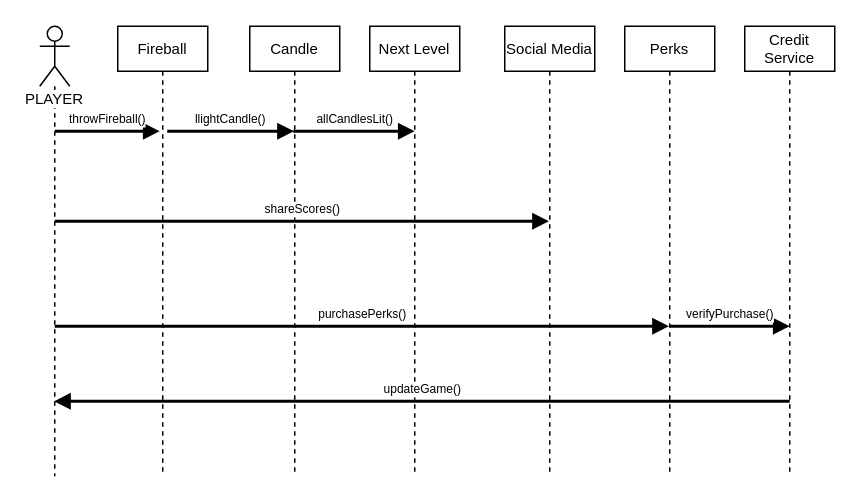
This is page "Design Model" (3 of 3) of FireballGameDiagrams.drawio from aulo/CISC210Draw, a draw.io file, before an edit. Source tidied: cells renumbered, new cells numbered last; positions are measured from the earlier drawing's top-left corner, leaving out a move shared by most shapes. Both pictures are drawn from the tidied source at 150%, with x=0, y=0 at pixel (39, 26).
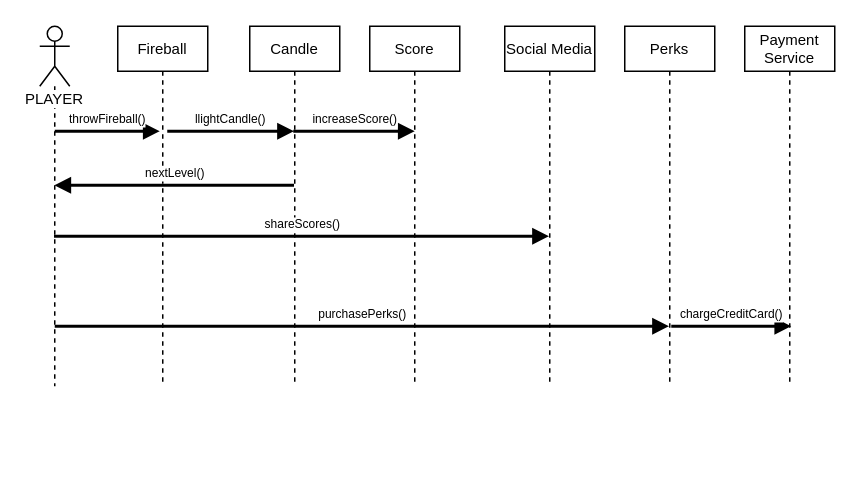
The same diagram, later.

What changed in the source:
```diff
@@
     <mxCell id="2" value="&lt;font style=&quot;font-size: 10px&quot;&gt;PLAYER&lt;/font&gt;" style="shape=umlLifeline;participant=umlActor;perimeter=lifelinePerimeter;whiteSpace=wrap;html=1;verticalAlign=top;spacingTop=36;labelBackgroundColor=#ffffff;outlineConnect=0;fontSize=8;align=center;" parent="1" vertex="1">
-      <mxGeometry width="20" height="300" as="geometry" />
+      <mxGeometry width="20" height="240" as="geometry" />
     </mxCell>
     <mxCell id="3" value="&lt;font style=&quot;font-size: 10px&quot;&gt;Fireball&lt;/font&gt;" style="shape=umlLifeline;perimeter=lifelinePerimeter;whiteSpace=wrap;html=1;fontSize=8;align=center;size=30;" parent="1" vertex="1">
-      <mxGeometry x="52" width="60" height="300" as="geometry" />
+      <mxGeometry x="52" width="60" height="240" as="geometry" />
     </mxCell>
     <mxCell id="4" value="&lt;font style=&quot;font-size: 10px&quot;&gt;Candle&lt;/font&gt;" style="shape=umlLifeline;perimeter=lifelinePerimeter;whiteSpace=wrap;html=1;outlineConnect=0;fontSize=8;align=center;size=30;" parent="1" vertex="1">
-      <mxGeometry x="140" width="60" height="300" as="geometry" />
+      <mxGeometry x="140" width="60" height="240" as="geometry" />
     </mxCell>
-    <mxCell id="5" value="&lt;font style=&quot;font-size: 10px&quot;&gt;Next Level&lt;/font&gt;" style="shape=umlLifeline;perimeter=lifelinePerimeter;whiteSpace=wrap;html=1;fontSize=8;align=center;size=30;" parent="1" vertex="1">
-      <mxGeometry x="220" width="60" height="300" as="geometry" />
+    <mxCell id="5" value="&lt;font style=&quot;font-size: 10px&quot;&gt;Score&lt;/font&gt;" style="shape=umlLifeline;perimeter=lifelinePerimeter;whiteSpace=wrap;html=1;fontSize=8;align=center;size=30;" parent="1" vertex="1">
+      <mxGeometry x="220" width="60" height="240" as="geometry" />
     </mxCell>
     <mxCell id="6" value="&lt;font style=&quot;font-size: 10px&quot;&gt;Social Media&lt;/font&gt;" style="shape=umlLifeline;perimeter=lifelinePerimeter;whiteSpace=wrap;html=1;outlineConnect=0;fontSize=8;align=center;size=30;" parent="1" vertex="1">
-      <mxGeometry x="310" width="60" height="300" as="geometry" />
+      <mxGeometry x="310" width="60" height="240" as="geometry" />
     </mxCell>
     <mxCell id="7" value="&lt;font style=&quot;font-size: 10px&quot;&gt;Perks&lt;/font&gt;" style="shape=umlLifeline;perimeter=lifelinePerimeter;whiteSpace=wrap;html=1;outlineConnect=0;fontSize=8;align=center;size=30;" parent="1" vertex="1">
-      <mxGeometry x="390" width="60" height="300" as="geometry" />
+      <mxGeometry x="390" width="60" height="240" as="geometry" />
     </mxCell>
-    <mxCell id="8" value="updateGame()" style="html=1;verticalAlign=bottom;endArrow=block;strokeWidth=2;fontSize=8;align=center;" parent="7" edge="1" target="2">
-      <mxGeometry relative="1" as="geometry">
-        <mxPoint x="110" y="250" as="sourcePoint" />
-      </mxGeometry>
-    </mxCell>
-    <mxCell id="9" value="&lt;font style=&quot;font-size: 10px&quot;&gt;Credit Service&lt;/font&gt;" style="shape=umlLifeline;perimeter=lifelinePerimeter;whiteSpace=wrap;html=1;fontSize=8;align=center;size=30;" parent="1" vertex="1">
-      <mxGeometry x="470" width="60" height="300" as="geometry" />
+    <mxCell id="9" value="&lt;font style=&quot;font-size: 10px&quot;&gt;Payment Service&lt;/font&gt;" style="shape=umlLifeline;perimeter=lifelinePerimeter;whiteSpace=wrap;html=1;fontSize=8;align=center;size=30;" parent="1" vertex="1">
+      <mxGeometry x="470" width="60" height="240" as="geometry" />
     </mxCell>
@@
-    <mxCell id="12" value="allCandlesLit()" style="html=1;verticalAlign=bottom;endArrow=block;strokeWidth=2;fontSize=8;align=center;" parent="1" edge="1">
+    <mxCell id="12" value="increaseScore()" style="html=1;verticalAlign=bottom;endArrow=block;strokeWidth=2;fontSize=8;align=center;" parent="1" edge="1">
       <mxGeometry relative="1" as="geometry">
         <mxPoint x="169" y="70" as="sourcePoint" />
         <mxPoint x="250" y="70" as="targetPoint" />
       </mxGeometry>
     </mxCell>
-    <mxCell id="13" value="shareScores()" style="html=1;verticalAlign=bottom;endArrow=block;strokeWidth=2;fontSize=8;align=center;" parent="1" edge="1" target="6">
+    <mxCell id="13" value="shareScores()" style="html=1;verticalAlign=bottom;endArrow=block;strokeWidth=2;fontSize=8;align=center;" parent="1" edge="1" source="2" target="6">
       <mxGeometry relative="1" as="geometry">
-        <mxPoint x="10" y="130" as="sourcePoint" />
+        <Array as="points">
+          <mxPoint x="40" y="140" />
+          <mxPoint x="120" y="140" />
+        </Array>
       </mxGeometry>
     </mxCell>
@@
-    <mxCell id="15" value="verifyPurchase()" style="html=1;verticalAlign=bottom;endArrow=block;strokeWidth=2;fontSize=8;align=center;" parent="1" edge="1">
+    <mxCell id="15" value="chargeCreditCard()" style="html=1;verticalAlign=bottom;endArrow=block;strokeWidth=2;fontSize=8;align=center;" parent="1" edge="1">
       <mxGeometry relative="1" as="geometry">
-        <mxPoint x="420" y="200" as="sourcePoint" />
-        <mxPoint x="500" y="200" as="targetPoint" />
+        <mxPoint x="421" y="200" as="sourcePoint" />
+        <mxPoint x="501" y="200" as="targetPoint" />
       </mxGeometry>
     </mxCell>
+    <mxCell id="16" value="nextLevel()" style="html=1;verticalAlign=bottom;endArrow=block;strokeWidth=2;fontSize=8;align=center;" parent="1" edge="1">
+      <mxGeometry relative="1" as="geometry">
+        <mxPoint x="169.5" y="106" as="sourcePoint" />
+        <mxPoint x="9.7" y="106" as="targetPoint" />
+        <Array as="points">
+          <mxPoint x="60" y="106" />
+        </Array>
+      </mxGeometry>
+    </mxCell>
```
